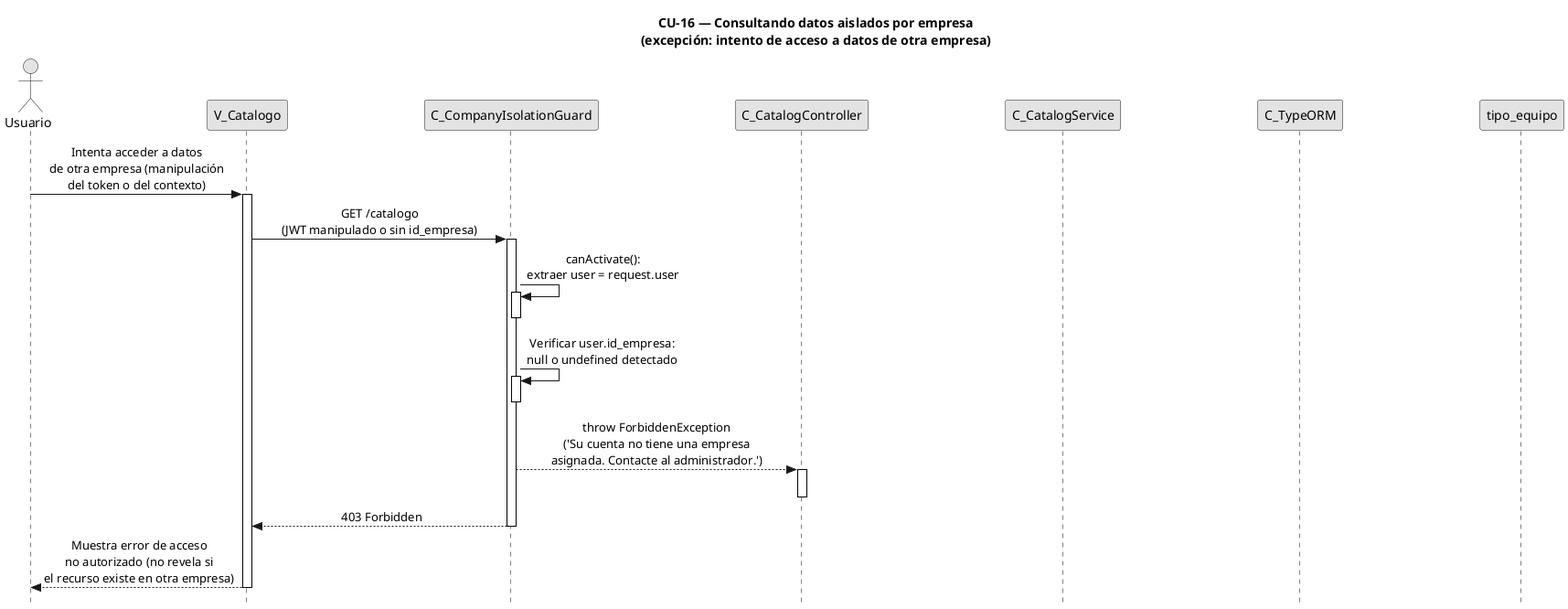
FSM-Finet-y-Cable-Magico/Team_1-Inventario-y-Bodega keeps this PlantUML diagram as diagramas/diagramas-secuencia/CU16/CU16-exc-acceso-otra-empresa.png. Above is the earlier version.
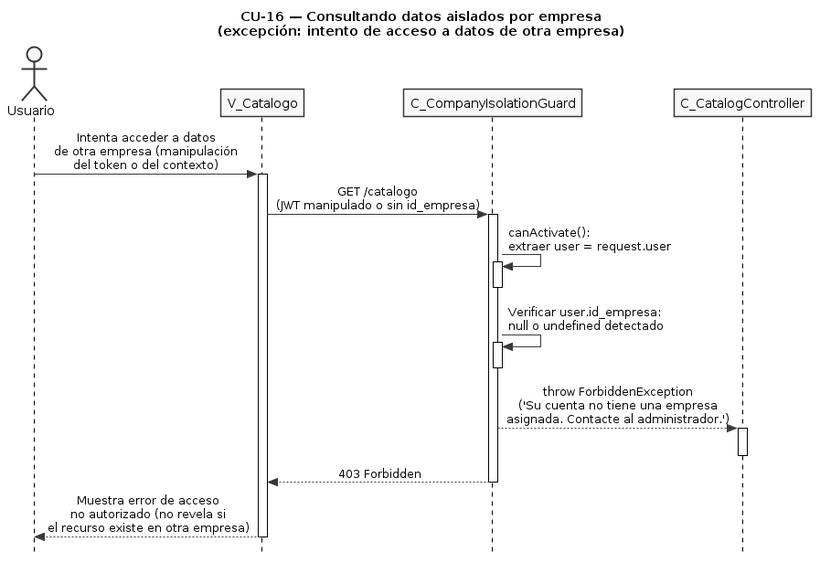
After the commit.

The edit, as a diff of the source:
```diff
@@ -5,8 +5,8 @@
 skinparam monochrome true
 skinparam shadowing false
 skinparam sequenceMessageAlign center
-skinparam ParticipantPadding 70
-skinparam ActorPadding 30
+skinparam ParticipantPadding 25
+skinparam ActorPadding 20
 skinparam sequence {
   MessageAlign center
   LifeLineBorderColor black
@@ -17,9 +17,6 @@
 participant "V_Catalogo" as view
 participant "C_CompanyIsolationGuard" as guard
 participant "C_CatalogController" as ctrl
-participant "C_CatalogService" as svc
-participant "C_TypeORM" as orm
-participant "tipo_equipo" as tent
 
 user -> view : Intenta acceder a datos\nde otra empresa (manipulación\ndel token o del contexto)
 activate view
```
